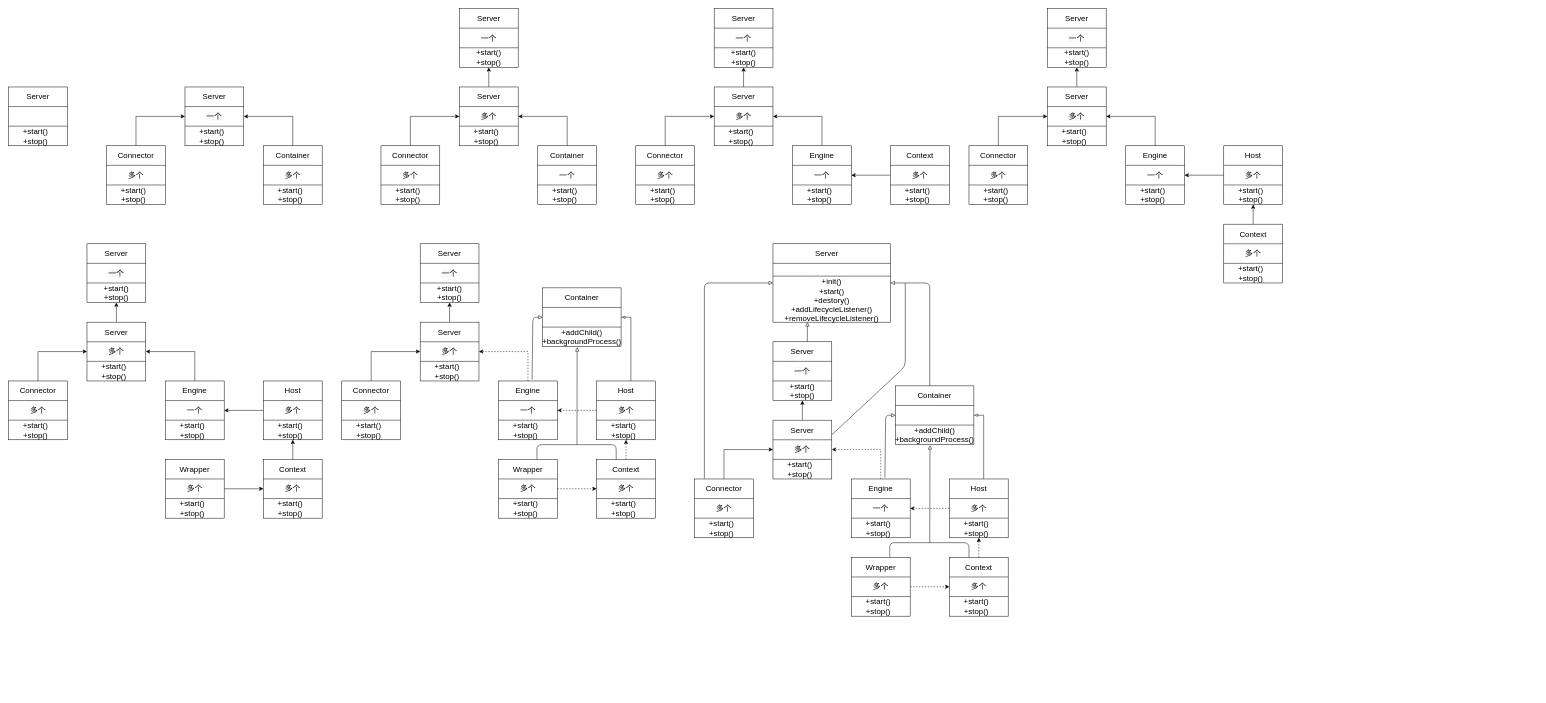
useager/Tomcat- keeps this draw.io diagram as 第二章 Tomcat总体架构/应用服务器.drawio. Above is the earlier version. Source tidied: cells renumbered, new cells numbered last; positions are measured from the earlier drawing's top-left corner, leaving out a move shared by most shapes. Both pictures are drawn from the tidied source at 49%, with x=0, y=0 at pixel (8, 8).
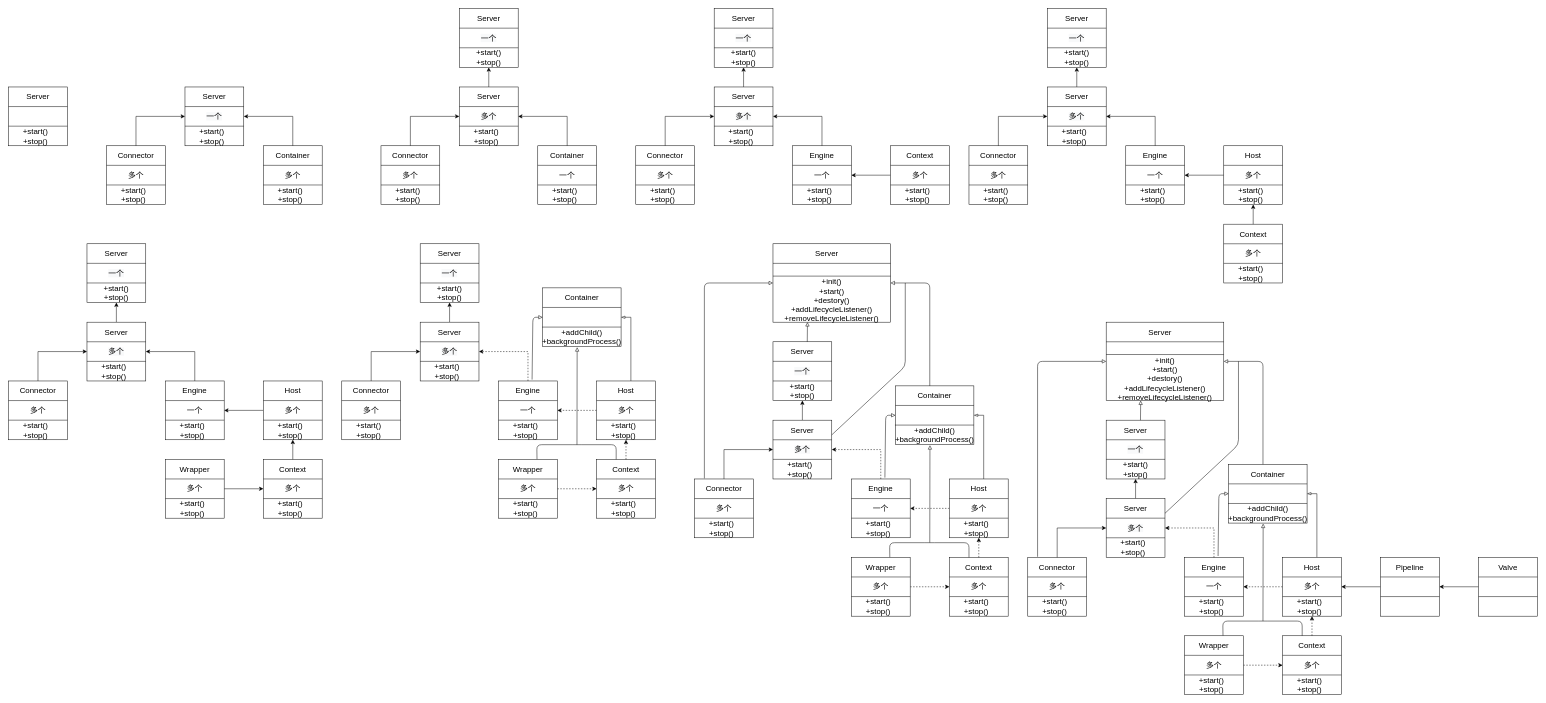
The same page after the edit.

Commit message (it also covers changes not shown here):
更新应用服务器.drawio

Change to the diagram source:
```diff
@@
+    <mxCell id="261" style="edgeStyle=orthogonalEdgeStyle;rounded=0;jettySize=auto;html=1;fontSize=16;entryX=0.5;entryY=1;entryDx=0;entryDy=0;" parent="1" edge="1" source="262" target="279">
+      <mxGeometry relative="1" as="geometry" />
+    </mxCell>
+    <mxCell id="262" value="&lt;span style=&quot;color: rgb(0 , 0 , 0) ; font-family: &amp;#34;helvetica&amp;#34; ; font-size: 16px ; font-style: normal ; font-weight: 400 ; letter-spacing: normal ; text-align: center ; text-indent: 0px ; text-transform: none ; word-spacing: 0px ; background-color: rgb(248 , 249 , 250) ; display: inline ; float: none&quot;&gt;多个&lt;/span&gt;" style="rounded=0;whiteSpace=wrap;html=1;" parent="1" vertex="1">
+      <mxGeometry x="2240" y="1000" width="120" height="120" as="geometry" />
+    </mxCell>
+    <mxCell id="263" style="endArrow=none;html=1;exitX=0;exitY=0.333;exitDx=0;exitDy=0;exitPerimeter=0;" parent="1" edge="1" source="262">
+      <mxGeometry relative="1" as="geometry">
+        <mxPoint x="2360" y="1040" as="targetPoint" />
+      </mxGeometry>
+    </mxCell>
+    <mxCell id="264" style="endArrow=none;html=1;exitX=0;exitY=0.333;exitDx=0;exitDy=0;exitPerimeter=0;" parent="1" edge="1">
+      <mxGeometry relative="1" as="geometry">
+        <mxPoint x="2240" y="1080" as="sourcePoint" />
+        <mxPoint x="2360" y="1080" as="targetPoint" />
+      </mxGeometry>
+    </mxCell>
+    <mxCell id="265" value="+start()&lt;br&gt;+stop()" style="text;html=1;strokeColor=none;fillColor=none;align=center;verticalAlign=middle;whiteSpace=wrap;rounded=0;fontSize=16;" parent="1" vertex="1">
+      <mxGeometry x="2250" y="1080" width="90" height="40" as="geometry" />
+    </mxCell>
+    <mxCell id="266" value="Server" style="text;html=1;strokeColor=none;fillColor=none;align=center;verticalAlign=middle;whiteSpace=wrap;rounded=0;fontSize=16;" parent="1" vertex="1">
+      <mxGeometry x="2270" y="1000" width="60" height="40" as="geometry" />
+    </mxCell>
+    <mxCell id="267" value="&lt;span style=&quot;font-size: 16px&quot;&gt;一个&lt;/span&gt;" style="rounded=0;whiteSpace=wrap;html=1;" parent="1" vertex="1">
+      <mxGeometry x="2400" y="1120" width="120" height="120" as="geometry" />
+    </mxCell>
+    <mxCell id="268" style="endArrow=none;html=1;exitX=0;exitY=0.333;exitDx=0;exitDy=0;exitPerimeter=0;" parent="1" edge="1" source="267">
+      <mxGeometry relative="1" as="geometry">
+        <mxPoint x="2520" y="1160" as="targetPoint" />
+      </mxGeometry>
+    </mxCell>
+    <mxCell id="269" style="endArrow=none;html=1;exitX=0;exitY=0.333;exitDx=0;exitDy=0;exitPerimeter=0;" parent="1" edge="1">
+      <mxGeometry relative="1" as="geometry">
+        <mxPoint x="2400" y="1200" as="sourcePoint" />
+        <mxPoint x="2520" y="1200" as="targetPoint" />
+      </mxGeometry>
+    </mxCell>
+    <mxCell id="270" value="+start()&lt;br&gt;+stop()" style="text;html=1;strokeColor=none;fillColor=none;align=center;verticalAlign=middle;whiteSpace=wrap;rounded=0;fontSize=16;" parent="1" vertex="1">
+      <mxGeometry x="2410" y="1200" width="90" height="40" as="geometry" />
+    </mxCell>
+    <mxCell id="271" style="edgeStyle=orthogonalEdgeStyle;rounded=0;jettySize=auto;html=1;entryX=1;entryY=0.5;entryDx=0;entryDy=0;fontSize=16;exitX=0.5;exitY=0;exitDx=0;exitDy=0;dashed=1;" parent="1" edge="1" source="272" target="262">
+      <mxGeometry relative="1" as="geometry">
+        <Array as="points">
+          <mxPoint x="2460" y="1060" />
+        </Array>
+      </mxGeometry>
+    </mxCell>
+    <mxCell id="272" value="Engine" style="text;html=1;strokeColor=none;fillColor=none;align=center;verticalAlign=middle;whiteSpace=wrap;rounded=0;fontSize=16;" parent="1" vertex="1">
+      <mxGeometry x="2430" y="1120" width="60" height="40" as="geometry" />
+    </mxCell>
+    <mxCell id="273" value="&lt;font style=&quot;font-size: 16px&quot;&gt;多个&lt;/font&gt;" style="rounded=0;whiteSpace=wrap;html=1;" parent="1" vertex="1">
+      <mxGeometry x="2080" y="1120" width="120" height="120" as="geometry" />
+    </mxCell>
+    <mxCell id="274" style="endArrow=none;html=1;exitX=0;exitY=0.333;exitDx=0;exitDy=0;exitPerimeter=0;" parent="1" edge="1" source="273">
+      <mxGeometry relative="1" as="geometry">
+        <mxPoint x="2200" y="1160" as="targetPoint" />
+      </mxGeometry>
+    </mxCell>
+    <mxCell id="275" style="endArrow=none;html=1;exitX=0;exitY=0.333;exitDx=0;exitDy=0;exitPerimeter=0;" parent="1" edge="1">
+      <mxGeometry relative="1" as="geometry">
+        <mxPoint x="2080" y="1200" as="sourcePoint" />
+        <mxPoint x="2200" y="1200" as="targetPoint" />
+      </mxGeometry>
+    </mxCell>
+    <mxCell id="276" value="+start()&lt;br&gt;+stop()" style="text;html=1;strokeColor=none;fillColor=none;align=center;verticalAlign=middle;whiteSpace=wrap;rounded=0;fontSize=16;" parent="1" vertex="1">
+      <mxGeometry x="2090" y="1200" width="90" height="40" as="geometry" />
+    </mxCell>
+    <mxCell id="277" style="edgeStyle=orthogonalEdgeStyle;rounded=0;jettySize=auto;html=1;entryX=0;entryY=0.5;entryDx=0;entryDy=0;fontSize=16;" parent="1" edge="1" source="278" target="262">
+      <mxGeometry relative="1" as="geometry">
+        <Array as="points">
+          <mxPoint x="2140" y="1060" />
+        </Array>
+      </mxGeometry>
+    </mxCell>
+    <mxCell id="278" value="Connector" style="text;html=1;strokeColor=none;fillColor=none;align=center;verticalAlign=middle;whiteSpace=wrap;rounded=0;fontSize=16;" parent="1" vertex="1">
+      <mxGeometry x="2110" y="1120" width="60" height="40" as="geometry" />
+    </mxCell>
+    <mxCell id="279" value="&lt;span style=&quot;color: rgb(0 , 0 , 0) ; font-family: &amp;#34;helvetica&amp;#34; ; font-size: 16px ; font-style: normal ; font-weight: 400 ; letter-spacing: normal ; text-align: center ; text-indent: 0px ; text-transform: none ; word-spacing: 0px ; background-color: rgb(248 , 249 , 250) ; display: inline ; float: none&quot;&gt;一个&lt;/span&gt;" style="rounded=0;whiteSpace=wrap;html=1;" parent="1" vertex="1">
+      <mxGeometry x="2240" y="840" width="120" height="120" as="geometry" />
+    </mxCell>
+    <mxCell id="280" style="endArrow=none;html=1;exitX=0;exitY=0.333;exitDx=0;exitDy=0;exitPerimeter=0;" parent="1" edge="1" source="279">
+      <mxGeometry relative="1" as="geometry">
+        <mxPoint x="2360" y="880" as="targetPoint" />
+      </mxGeometry>
+    </mxCell>
+    <mxCell id="281" style="endArrow=none;html=1;exitX=0;exitY=0.333;exitDx=0;exitDy=0;exitPerimeter=0;" parent="1" edge="1">
+      <mxGeometry relative="1" as="geometry">
+        <mxPoint x="2240" y="920" as="sourcePoint" />
+        <mxPoint x="2360" y="920" as="targetPoint" />
+      </mxGeometry>
+    </mxCell>
+    <mxCell id="282" value="+start()&lt;br&gt;+stop()" style="text;html=1;strokeColor=none;fillColor=none;align=center;verticalAlign=middle;whiteSpace=wrap;rounded=0;fontSize=16;" parent="1" vertex="1">
+      <mxGeometry x="2260" y="920" width="80" height="40" as="geometry" />
+    </mxCell>
+    <mxCell id="283" value="Server" style="text;html=1;strokeColor=none;fillColor=none;align=center;verticalAlign=middle;whiteSpace=wrap;rounded=0;fontSize=16;" parent="1" vertex="1">
+      <mxGeometry x="2270" y="840" width="60" height="40" as="geometry" />
+    </mxCell>
+    <mxCell id="284" style="edgeStyle=orthogonalEdgeStyle;rounded=0;jettySize=auto;html=1;fontSize=16;entryX=1;entryY=0.5;entryDx=0;entryDy=0;dashed=1;" parent="1" edge="1" source="286" target="267">
+      <mxGeometry relative="1" as="geometry" />
+    </mxCell>
+    <mxCell id="285" style="edgeStyle=orthogonalEdgeStyle;rounded=0;jettySize=auto;html=1;entryX=1;entryY=0.5;entryDx=0;entryDy=0;endArrow=blockThin;endFill=0;fontSize=16;" parent="1" edge="1" source="286" target="303">
+      <mxGeometry relative="1" as="geometry">
+        <Array as="points">
+          <mxPoint x="2670" y="990" />
+        </Array>
+      </mxGeometry>
+    </mxCell>
+    <mxCell id="286" value="&lt;span style=&quot;font-size: 16px&quot;&gt;多个&lt;/span&gt;" style="rounded=0;whiteSpace=wrap;html=1;" parent="1" vertex="1">
+      <mxGeometry x="2600" y="1120" width="120" height="120" as="geometry" />
+    </mxCell>
+    <mxCell id="287" style="endArrow=none;html=1;exitX=0;exitY=0.333;exitDx=0;exitDy=0;exitPerimeter=0;" parent="1" edge="1" source="286">
+      <mxGeometry relative="1" as="geometry">
+        <mxPoint x="2720" y="1160" as="targetPoint" />
+      </mxGeometry>
+    </mxCell>
+    <mxCell id="288" style="endArrow=none;html=1;exitX=0;exitY=0.333;exitDx=0;exitDy=0;exitPerimeter=0;" parent="1" edge="1">
+      <mxGeometry relative="1" as="geometry">
+        <mxPoint x="2600" y="1200" as="sourcePoint" />
+        <mxPoint x="2720" y="1200" as="targetPoint" />
+      </mxGeometry>
+    </mxCell>
+    <mxCell id="289" value="+start()&lt;br&gt;+stop()" style="text;html=1;strokeColor=none;fillColor=none;align=center;verticalAlign=middle;whiteSpace=wrap;rounded=0;fontSize=16;" parent="1" vertex="1">
+      <mxGeometry x="2610" y="1200" width="90" height="40" as="geometry" />
+    </mxCell>
+    <mxCell id="290" value="Host" style="text;html=1;strokeColor=none;fillColor=none;align=center;verticalAlign=middle;whiteSpace=wrap;rounded=0;fontSize=16;" parent="1" vertex="1">
+      <mxGeometry x="2630" y="1120" width="60" height="40" as="geometry" />
+    </mxCell>
+    <mxCell id="291" value="&lt;span style=&quot;font-size: 16px&quot;&gt;多个&lt;/span&gt;" style="rounded=0;whiteSpace=wrap;html=1;" parent="1" vertex="1">
+      <mxGeometry x="2600" y="1280" width="120" height="120" as="geometry" />
+    </mxCell>
+    <mxCell id="292" style="endArrow=none;html=1;exitX=0;exitY=0.333;exitDx=0;exitDy=0;exitPerimeter=0;" parent="1" edge="1" source="291">
+      <mxGeometry relative="1" as="geometry">
+        <mxPoint x="2720" y="1320" as="targetPoint" />
+      </mxGeometry>
+    </mxCell>
+    <mxCell id="293" style="endArrow=none;html=1;exitX=0;exitY=0.333;exitDx=0;exitDy=0;exitPerimeter=0;" parent="1" edge="1">
+      <mxGeometry relative="1" as="geometry">
+        <mxPoint x="2600" y="1360" as="sourcePoint" />
+        <mxPoint x="2720" y="1360" as="targetPoint" />
+      </mxGeometry>
+    </mxCell>
+    <mxCell id="294" value="+start()&lt;br&gt;+stop()" style="text;html=1;strokeColor=none;fillColor=none;align=center;verticalAlign=middle;whiteSpace=wrap;rounded=0;fontSize=16;" parent="1" vertex="1">
+      <mxGeometry x="2610" y="1360" width="90" height="40" as="geometry" />
+    </mxCell>
+    <mxCell id="295" style="edgeStyle=orthogonalEdgeStyle;rounded=0;jettySize=auto;html=1;entryX=0.556;entryY=1;entryDx=0;entryDy=0;entryPerimeter=0;fontSize=16;dashed=1;" parent="1" edge="1" source="296" target="289">
+      <mxGeometry relative="1" as="geometry" />
+    </mxCell>
+    <mxCell id="296" value="Context" style="text;html=1;strokeColor=none;fillColor=none;align=center;verticalAlign=middle;whiteSpace=wrap;rounded=0;fontSize=16;" parent="1" vertex="1">
+      <mxGeometry x="2630" y="1280" width="60" height="40" as="geometry" />
+    </mxCell>
+    <mxCell id="297" style="edgeStyle=orthogonalEdgeStyle;rounded=0;jettySize=auto;html=1;entryX=0;entryY=0.5;entryDx=0;entryDy=0;fontSize=16;dashed=1;" parent="1" edge="1" source="298" target="291">
+      <mxGeometry relative="1" as="geometry" />
+    </mxCell>
+    <mxCell id="298" value="&lt;span style=&quot;font-size: 16px&quot;&gt;多个&lt;/span&gt;" style="rounded=0;whiteSpace=wrap;html=1;" parent="1" vertex="1">
+      <mxGeometry x="2400" y="1280" width="120" height="120" as="geometry" />
+    </mxCell>
+    <mxCell id="299" style="endArrow=none;html=1;exitX=0;exitY=0.333;exitDx=0;exitDy=0;exitPerimeter=0;" parent="1" edge="1" source="298">
+      <mxGeometry relative="1" as="geometry">
+        <mxPoint x="2520" y="1320" as="targetPoint" />
+      </mxGeometry>
+    </mxCell>
+    <mxCell id="300" style="endArrow=none;html=1;exitX=0;exitY=0.333;exitDx=0;exitDy=0;exitPerimeter=0;" parent="1" edge="1">
+      <mxGeometry relative="1" as="geometry">
+        <mxPoint x="2400" y="1360" as="sourcePoint" />
+        <mxPoint x="2520" y="1360" as="targetPoint" />
+      </mxGeometry>
+    </mxCell>
+    <mxCell id="301" value="+start()&lt;br&gt;+stop()" style="text;html=1;strokeColor=none;fillColor=none;align=center;verticalAlign=middle;whiteSpace=wrap;rounded=0;fontSize=16;" parent="1" vertex="1">
+      <mxGeometry x="2410" y="1360" width="90" height="40" as="geometry" />
+    </mxCell>
+    <mxCell id="302" value="Wrapper" style="text;html=1;strokeColor=none;fillColor=none;align=center;verticalAlign=middle;whiteSpace=wrap;rounded=0;fontSize=16;" parent="1" vertex="1">
+      <mxGeometry x="2430" y="1280" width="60" height="40" as="geometry" />
+    </mxCell>
+    <mxCell id="303" style="rounded=0;whiteSpace=wrap;html=1;" parent="1" vertex="1">
+      <mxGeometry x="2490" y="930" width="160" height="120" as="geometry" />
+    </mxCell>
+    <mxCell id="304" style="endArrow=none;html=1;exitX=0;exitY=0.333;exitDx=0;exitDy=0;exitPerimeter=0;" parent="1" edge="1" source="303">
+      <mxGeometry relative="1" as="geometry">
+        <mxPoint x="2650" y="970" as="targetPoint" />
+      </mxGeometry>
+    </mxCell>
+    <mxCell id="305" style="endArrow=none;html=1;exitX=-0.007;exitY=0.667;exitDx=0;exitDy=0;exitPerimeter=0;" parent="1" edge="1" source="303">
+      <mxGeometry relative="1" as="geometry">
+        <mxPoint x="2650" y="1010" as="targetPoint" />
+      </mxGeometry>
+    </mxCell>
+    <mxCell id="306" value="+addChild()&lt;br&gt;+backgroundProcess()" style="text;html=1;strokeColor=none;fillColor=none;align=center;verticalAlign=middle;whiteSpace=wrap;rounded=0;fontSize=16;" parent="1" vertex="1">
+      <mxGeometry x="2525" y="1010" width="90" height="40" as="geometry" />
+    </mxCell>
+    <mxCell id="307" value="Container" style="text;html=1;strokeColor=none;fillColor=none;align=center;verticalAlign=middle;whiteSpace=wrap;rounded=0;fontSize=16;" parent="1" vertex="1">
+      <mxGeometry x="2540" y="930" width="60" height="40" as="geometry" />
+    </mxCell>
+    <mxCell id="308" style="endArrow=block;html=1;fontSize=16;entryX=0;entryY=0.5;entryDx=0;entryDy=0;exitX=0.64;exitY=-0.07;exitDx=0;exitDy=0;exitPerimeter=0;endFill=0;" parent="1" edge="1" source="272" target="303">
+      <mxGeometry relative="1" as="geometry">
+        <Array as="points">
+          <mxPoint x="2470" y="990" />
+        </Array>
+      </mxGeometry>
+    </mxCell>
+    <mxCell id="309" style="endArrow=none;html=1;fontSize=16;entryX=0.167;entryY=0;entryDx=0;entryDy=0;entryPerimeter=0;exitX=0.807;exitY=-0.01;exitDx=0;exitDy=0;exitPerimeter=0;" parent="1" edge="1" source="302" target="296">
+      <mxGeometry relative="1" as="geometry">
+        <Array as="points">
+          <mxPoint x="2478" y="1250" />
+          <mxPoint x="2560" y="1250" />
+          <mxPoint x="2640" y="1250" />
+        </Array>
+      </mxGeometry>
+    </mxCell>
+    <mxCell id="310" style="endArrow=block;html=1;fontSize=16;entryX=0.393;entryY=1.03;entryDx=0;entryDy=0;entryPerimeter=0;endFill=0;" parent="1" edge="1" target="306">
+      <mxGeometry relative="1" as="geometry">
+        <mxPoint x="2560" y="1250" as="sourcePoint" />
+      </mxGeometry>
+    </mxCell>
+    <mxCell id="311" style="rounded=0;whiteSpace=wrap;html=1;" parent="1" vertex="1">
+      <mxGeometry x="2240" y="640" width="240" height="160" as="geometry" />
+    </mxCell>
+    <mxCell id="312" style="endArrow=none;html=1;exitX=0;exitY=0.25;exitDx=0;exitDy=0;entryX=1;entryY=0.25;entryDx=0;entryDy=0;" parent="1" edge="1" source="311" target="311">
+      <mxGeometry relative="1" as="geometry" />
+    </mxCell>
+    <mxCell id="313" style="endArrow=none;html=1;entryX=1;entryY=0.413;entryDx=0;entryDy=0;entryPerimeter=0;" parent="1" edge="1" target="311">
+      <mxGeometry relative="1" as="geometry">
+        <mxPoint x="2240" y="706" as="sourcePoint" />
+      </mxGeometry>
+    </mxCell>
+    <mxCell id="314" value="+init()&lt;br&gt;+start()&lt;br&gt;+destory()&lt;br&gt;+addLifecycleListener()&lt;br&gt;+removeLifecycleListener()" style="text;html=1;strokeColor=none;fillColor=none;align=center;verticalAlign=middle;whiteSpace=wrap;rounded=0;fontSize=16;" parent="1" vertex="1">
+      <mxGeometry x="2250" y="740" width="220" height="30" as="geometry" />
+    </mxCell>
+    <mxCell id="315" value="Server" style="text;html=1;strokeColor=none;fillColor=none;align=center;verticalAlign=middle;whiteSpace=wrap;rounded=0;fontSize=16;" parent="1" vertex="1">
+      <mxGeometry x="2320" y="640" width="60" height="40" as="geometry" />
+    </mxCell>
+    <mxCell id="316" style="endArrow=block;html=1;fontSize=16;entryX=0;entryY=0.5;entryDx=0;entryDy=0;endFill=0;" parent="1" edge="1" target="311">
+      <mxGeometry relative="1" as="geometry">
+        <mxPoint x="2100" y="1118.8" as="sourcePoint" />
+        <Array as="points">
+          <mxPoint x="2100" y="720" />
+        </Array>
+      </mxGeometry>
+    </mxCell>
+    <mxCell id="317" style="endArrow=block;html=1;fontSize=16;entryX=1;entryY=0.5;entryDx=0;entryDy=0;endFill=0;" parent="1" edge="1" target="311">
+      <mxGeometry relative="1" as="geometry">
+        <mxPoint x="2560" y="930" as="sourcePoint" />
+        <Array as="points">
+          <mxPoint x="2560" y="720" />
+        </Array>
+      </mxGeometry>
+    </mxCell>
+    <mxCell id="318" style="endArrow=none;html=1;" parent="1" edge="1">
+      <mxGeometry relative="1" as="geometry">
+        <mxPoint x="2360" y="1030" as="sourcePoint" />
+        <mxPoint x="2510" y="720" as="targetPoint" />
+        <Array as="points">
+          <mxPoint x="2510" y="890" />
+        </Array>
+      </mxGeometry>
+    </mxCell>
+    <mxCell id="319" style="endArrow=block;html=1;fontSize=16;entryX=0.393;entryY=1.03;entryDx=0;entryDy=0;entryPerimeter=0;endFill=0;" parent="1" edge="1">
+      <mxGeometry relative="1" as="geometry">
+        <mxPoint x="2310" y="840" as="sourcePoint" />
+        <mxPoint x="2310.4" y="800" as="targetPoint" />
+      </mxGeometry>
+    </mxCell>
+    <mxCell id="320" style="edgeStyle=orthogonalEdgeStyle;rounded=0;jettySize=auto;html=1;entryX=1;entryY=0.5;entryDx=0;entryDy=0;" parent="1" edge="1" source="321" target="286">
+      <mxGeometry relative="1" as="geometry" />
+    </mxCell>
+    <mxCell id="321" style="rounded=0;whiteSpace=wrap;html=1;" parent="1" vertex="1">
+      <mxGeometry x="2800" y="1120" width="120" height="120" as="geometry" />
+    </mxCell>
+    <mxCell id="322" style="endArrow=none;html=1;exitX=0;exitY=0.333;exitDx=0;exitDy=0;exitPerimeter=0;" parent="1" edge="1" source="321">
+      <mxGeometry relative="1" as="geometry">
+        <mxPoint x="2920" y="1160" as="targetPoint" />
+      </mxGeometry>
+    </mxCell>
+    <mxCell id="323" style="endArrow=none;html=1;exitX=0;exitY=0.333;exitDx=0;exitDy=0;exitPerimeter=0;" parent="1" edge="1">
+      <mxGeometry relative="1" as="geometry">
+        <mxPoint x="2800" y="1200" as="sourcePoint" />
+        <mxPoint x="2920" y="1200" as="targetPoint" />
+      </mxGeometry>
+    </mxCell>
+    <mxCell id="324" style="edgeStyle=orthogonalEdgeStyle;rounded=0;jettySize=auto;html=1;" parent="1" edge="1" source="325" target="321">
+      <mxGeometry relative="1" as="geometry" />
+    </mxCell>
+    <mxCell id="325" style="rounded=0;whiteSpace=wrap;html=1;" parent="1" vertex="1">
+      <mxGeometry x="3000" y="1120" width="120" height="120" as="geometry" />
+    </mxCell>
+    <mxCell id="326" style="endArrow=none;html=1;exitX=0;exitY=0.333;exitDx=0;exitDy=0;exitPerimeter=0;" parent="1" edge="1" source="325">
+      <mxGeometry relative="1" as="geometry">
+        <mxPoint x="3120" y="1160" as="targetPoint" />
+      </mxGeometry>
+    </mxCell>
+    <mxCell id="327" style="endArrow=none;html=1;exitX=0;exitY=0.333;exitDx=0;exitDy=0;exitPerimeter=0;" parent="1" edge="1">
+      <mxGeometry relative="1" as="geometry">
+        <mxPoint x="3000" y="1200" as="sourcePoint" />
+        <mxPoint x="3120" y="1200" as="targetPoint" />
+      </mxGeometry>
+    </mxCell>
+    <mxCell id="328" value="Pipeline" style="text;html=1;strokeColor=none;fillColor=none;align=center;verticalAlign=middle;whiteSpace=wrap;rounded=0;fontSize=16;" parent="1" vertex="1">
+      <mxGeometry x="2840" y="1130" width="40" height="20" as="geometry" />
+    </mxCell>
+    <mxCell id="329" value="Valve" style="text;html=1;strokeColor=none;fillColor=none;align=center;verticalAlign=middle;whiteSpace=wrap;rounded=0;fontSize=16;" parent="1" vertex="1">
+      <mxGeometry x="3040" y="1130" width="40" height="20" as="geometry" />
+    </mxCell>
```
